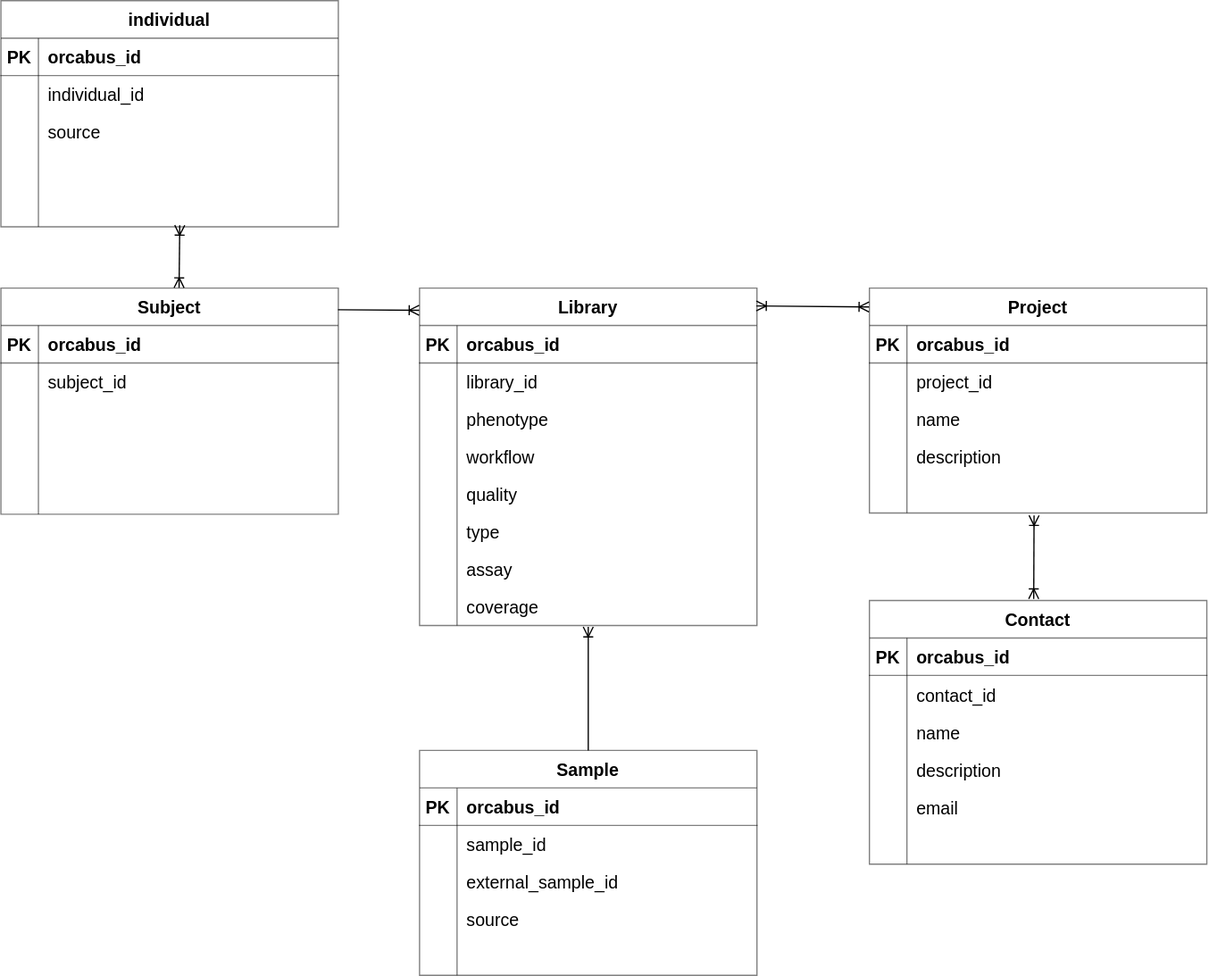
Above: lib/workload/stateless/stacks/metadata-manager/docs/schema.drawio.svg in umccr/orcabus (draw.io), before the change. Source tidied: cells renumbered, new cells last; positions are measured from the earlier drawing's top-left corner, leaving out a move shared by most shapes.
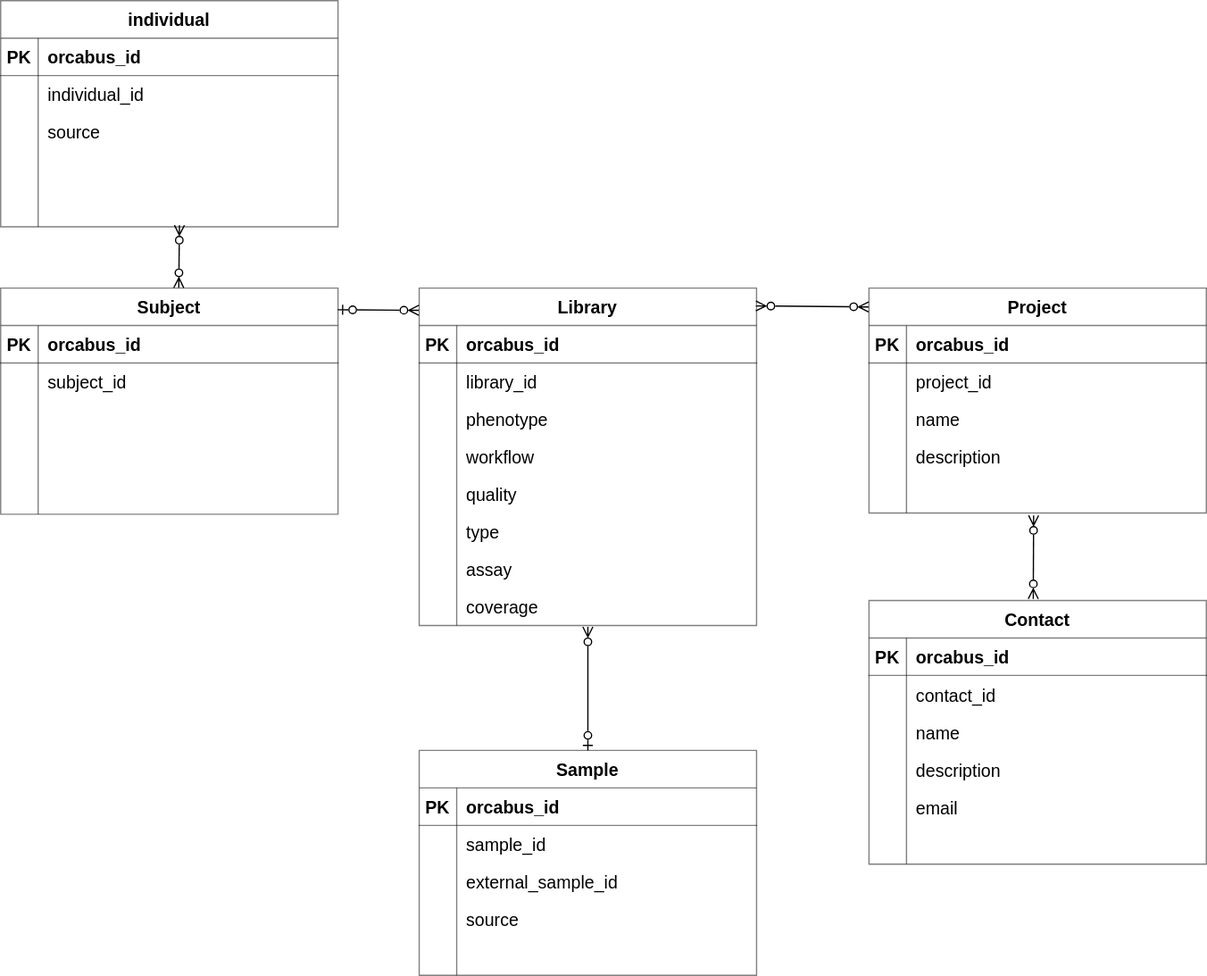
Later version of the same file.

Diff of the diagram source:
```diff
@@ -278,16 +278,16 @@
     <mxCell id="93" style="shape=partialRectangle;fillColor=none;top=0;left=0;bottom=0;right=0;align=left;spacingLeft=6;overflow=hidden;fontSize=14;opacity=50;" parent="91" vertex="1">
       <mxGeometry x="30" width="240" height="30" as="geometry" />
     </mxCell>
-    <mxCell id="94" style="endArrow=ERoneToMany;html=1;rounded=0;exitX=0.5;exitY=0;exitDx=0;exitDy=0;entryX=0.5;entryY=1.037;entryDx=0;entryDy=0;entryPerimeter=0;endFill=0;" parent="1" edge="1" source="43" target="24">
+    <mxCell id="94" style="endArrow=ERzeroToMany;html=1;rounded=0;exitX=0.5;exitY=0;exitDx=0;exitDy=0;entryX=0.5;entryY=1.037;entryDx=0;entryDy=0;entryPerimeter=0;endFill=0;startArrow=ERzeroToOne;startFill=0;" parent="1" edge="1" source="43" target="24">
       <mxGeometry relative="1" as="geometry" />
     </mxCell>
-    <mxCell id="95" style="endArrow=ERoneToMany;html=1;rounded=0;exitX=0.999;exitY=0.096;exitDx=0;exitDy=0;exitPerimeter=0;endFill=0;entryX=-0.001;entryY=0.066;entryDx=0;entryDy=0;entryPerimeter=0;" parent="1" edge="1" source="27" target="2">
+    <mxCell id="95" style="endArrow=ERzeroToMany;html=1;rounded=0;exitX=0.999;exitY=0.096;exitDx=0;exitDy=0;exitPerimeter=0;endFill=0;entryX=-0.001;entryY=0.066;entryDx=0;entryDy=0;entryPerimeter=0;startArrow=ERzeroToOne;startFill=0;" parent="1" edge="1" source="27" target="2">
       <mxGeometry relative="1" as="geometry" />
     </mxCell>
-    <mxCell id="96" style="endArrow=ERoneToMany;html=1;rounded=0;exitX=0.998;exitY=0.053;exitDx=0;exitDy=0;exitPerimeter=0;entryX=-0.001;entryY=0.084;entryDx=0;entryDy=0;entryPerimeter=0;startArrow=ERoneToMany;startFill=0;endFill=0;" parent="1" edge="1" source="2" target="59">
+    <mxCell id="96" style="endArrow=ERzeroToMany;html=1;rounded=0;exitX=0.998;exitY=0.053;exitDx=0;exitDy=0;exitPerimeter=0;entryX=-0.001;entryY=0.084;entryDx=0;entryDy=0;entryPerimeter=0;startArrow=ERzeroToMany;startFill=0;endFill=0;" parent="1" edge="1" source="2" target="59">
       <mxGeometry relative="1" as="geometry" />
     </mxCell>
-    <mxCell id="97" style="endArrow=ERoneToMany;html=1;rounded=0;entryX=0.488;entryY=1.064;entryDx=0;entryDy=0;entryPerimeter=0;exitX=0.487;exitY=-0.006;exitDx=0;exitDy=0;exitPerimeter=0;startArrow=ERoneToMany;startFill=0;endFill=0;" parent="1" edge="1" source="75" target="72">
+    <mxCell id="97" style="endArrow=ERzeroToMany;html=1;rounded=0;entryX=0.488;entryY=1.064;entryDx=0;entryDy=0;entryPerimeter=0;exitX=0.487;exitY=-0.006;exitDx=0;exitDy=0;exitPerimeter=0;startArrow=ERzeroToMany;startFill=0;endFill=0;" parent="1" edge="1" source="75" target="72">
       <mxGeometry relative="1" as="geometry" />
     </mxCell>
     <mxCell id="98" value="individual" style="shape=table;startSize=30;rowLines=0;fontStyle=1;align=center;fontSize=14;fillColor=none;opacity=50;" parent="1" vertex="1">
@@ -338,7 +338,7 @@
     <mxCell id="113" style="shape=partialRectangle;fillColor=none;top=0;left=0;bottom=0;right=0;align=left;spacingLeft=6;overflow=hidden;fontSize=14;opacity=50;" parent="111" vertex="1">
       <mxGeometry x="30" width="240" height="30" as="geometry" />
     </mxCell>
-    <mxCell id="114" style="endArrow=ERoneToMany;html=1;rounded=0;entryX=0.53;entryY=0.956;entryDx=0;entryDy=0;entryPerimeter=0;exitX=0.528;exitY=-0.001;exitDx=0;exitDy=0;exitPerimeter=0;startArrow=ERoneToMany;startFill=0;endFill=0;" parent="1" edge="1" source="27" target="111">
+    <mxCell id="114" style="endArrow=ERzeroToMany;html=1;rounded=0;entryX=0.53;entryY=0.956;entryDx=0;entryDy=0;entryPerimeter=0;exitX=0.528;exitY=-0.001;exitDx=0;exitDy=0;exitPerimeter=0;startArrow=ERzeroToMany;startFill=0;endFill=0;" parent="1" edge="1" source="27" target="111">
       <mxGeometry relative="1" as="geometry" />
     </mxCell>
   </root>
```
